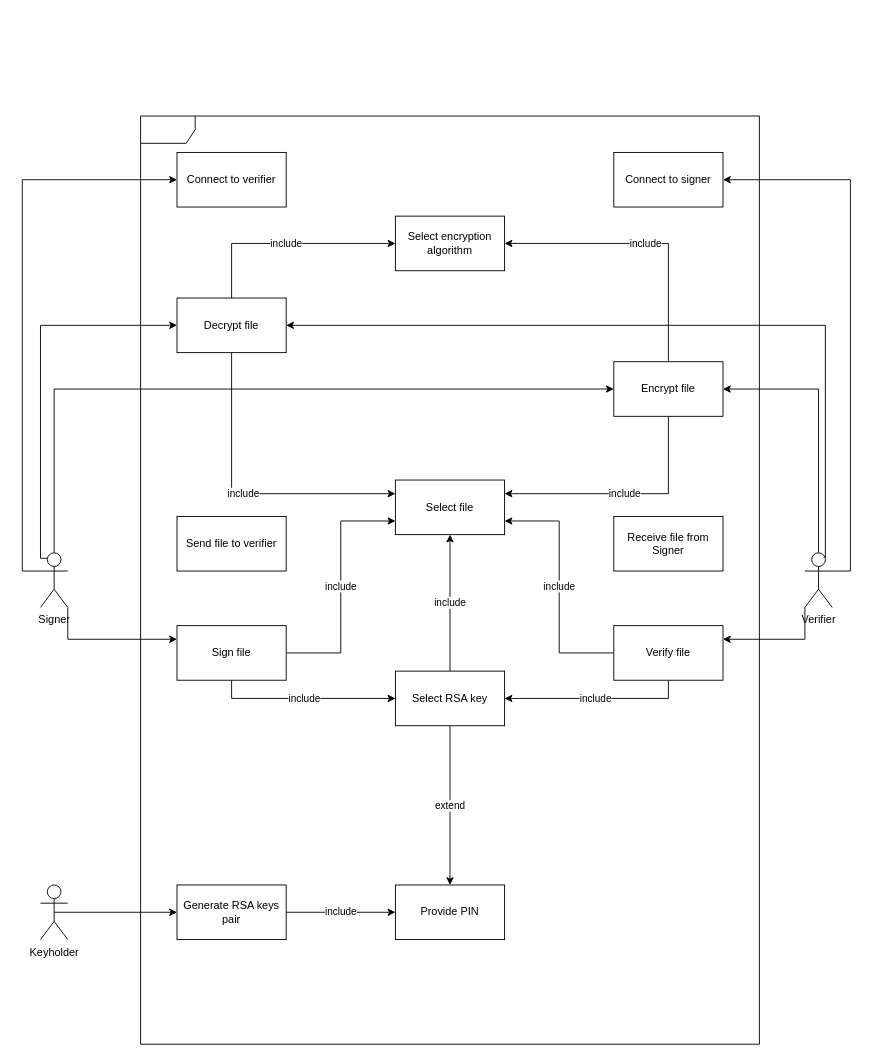
The draw.io diagram Diagrams/Use case diagram.drawio in Sladamos/QualifiedElectronicSignature, before the edit. Source tidied: cells renumbered, new cells numbered last; positions are measured from the earlier drawing's top-left corner, leaving out a move shared by most shapes. Both pictures are drawn from the tidied source at 91%, with x=0, y=0 at pixel (40, 116).
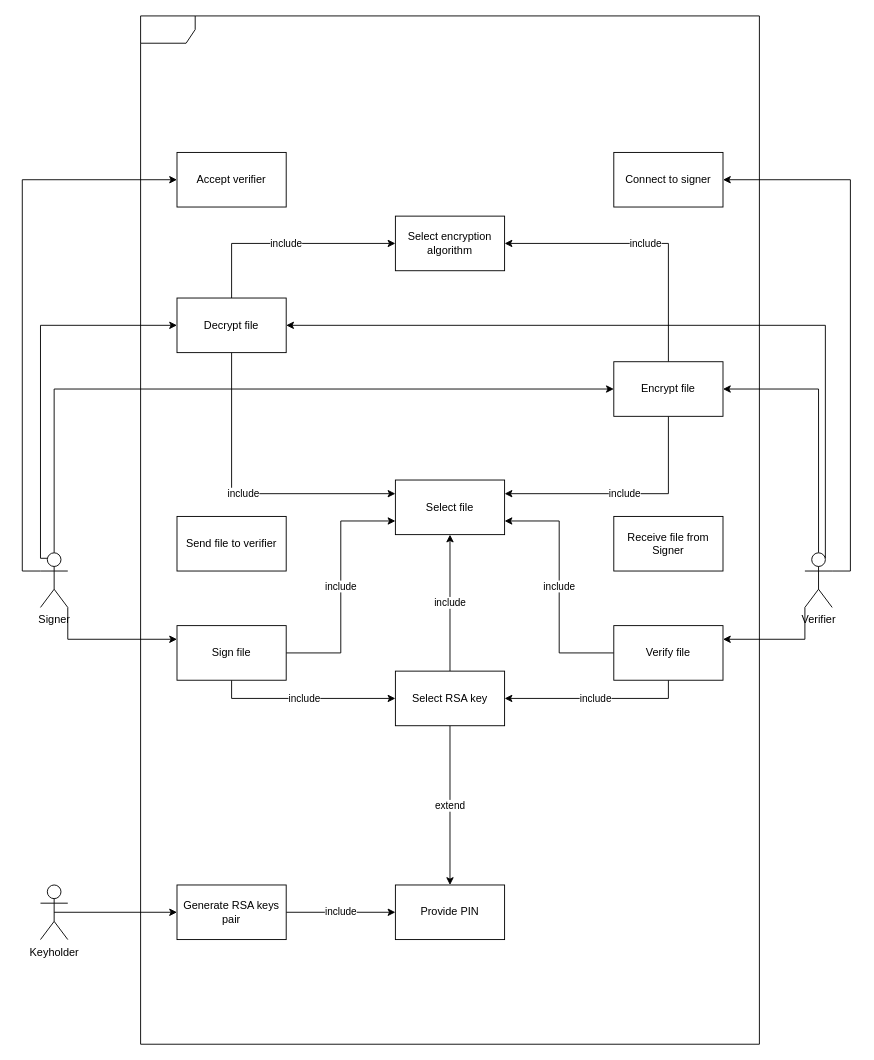
After the change.

Commit message:
Connect to verifier changed to accept verifier

The edit, as a diff of the source:
```diff
@@
     <mxCell id="7" style="shape=umlFrame;whiteSpace=wrap;html=1;" parent="1" vertex="1">
-      <mxGeometry x="110" width="680" height="1020" as="geometry" />
+      <mxGeometry x="110" y="-110" width="680" height="1130" as="geometry" />
     </mxCell>
@@
-    <mxCell id="36" value="Connect to verifier" style="rounded=0;whiteSpace=wrap;html=1;" parent="1" vertex="1">
+    <mxCell id="36" value="Accept verifier" style="rounded=0;whiteSpace=wrap;html=1;" parent="1" vertex="1">
       <mxGeometry x="150" y="40" width="120" height="60" as="geometry" />
     </mxCell>
```
